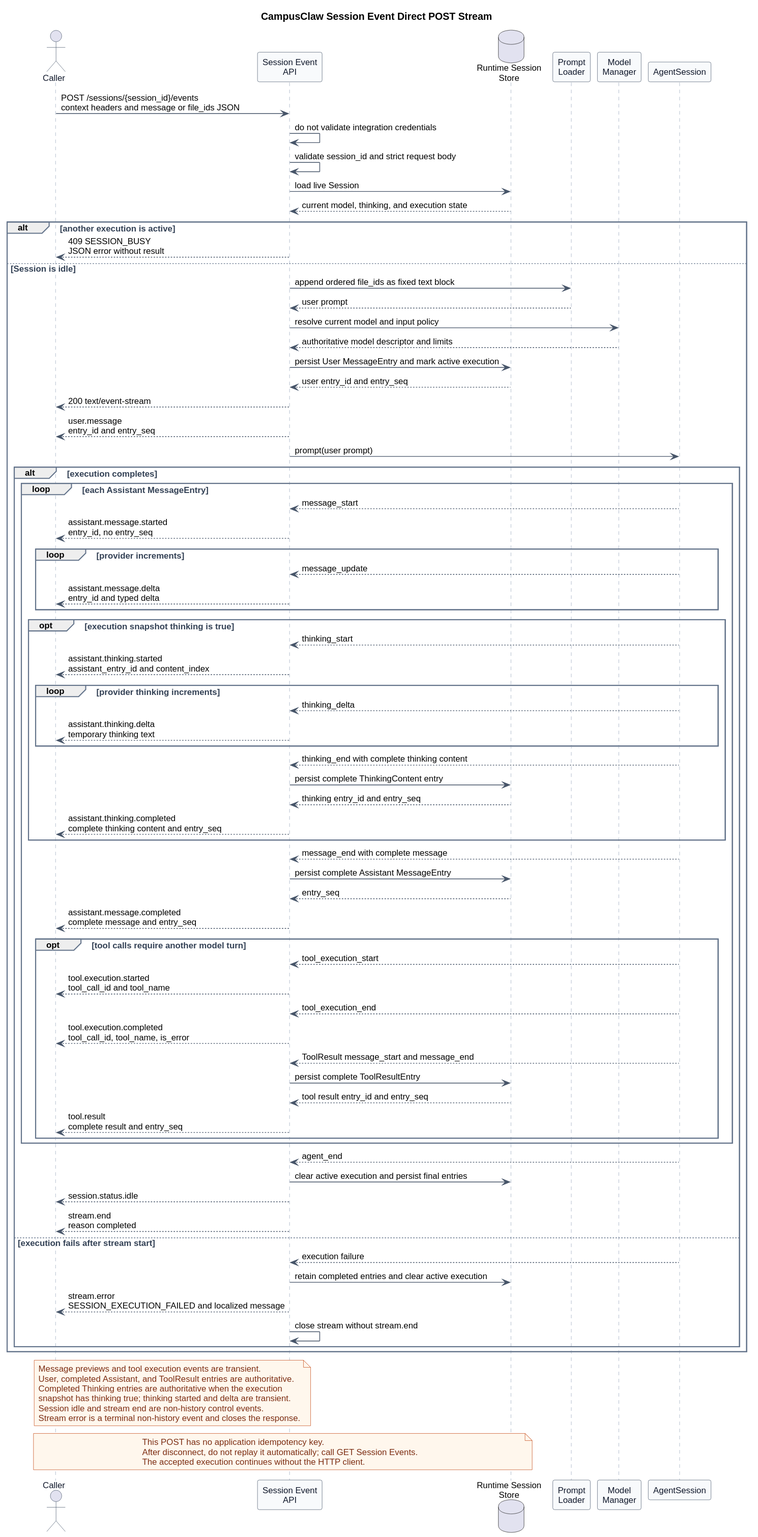
This is pi-mono-java-manager-driven-multi-agent-runtime/diagrams/session-events/http_session_event_stream.svg from ssm0808/pi-mono-java-design, a PlantUML export, as it was before one commit.
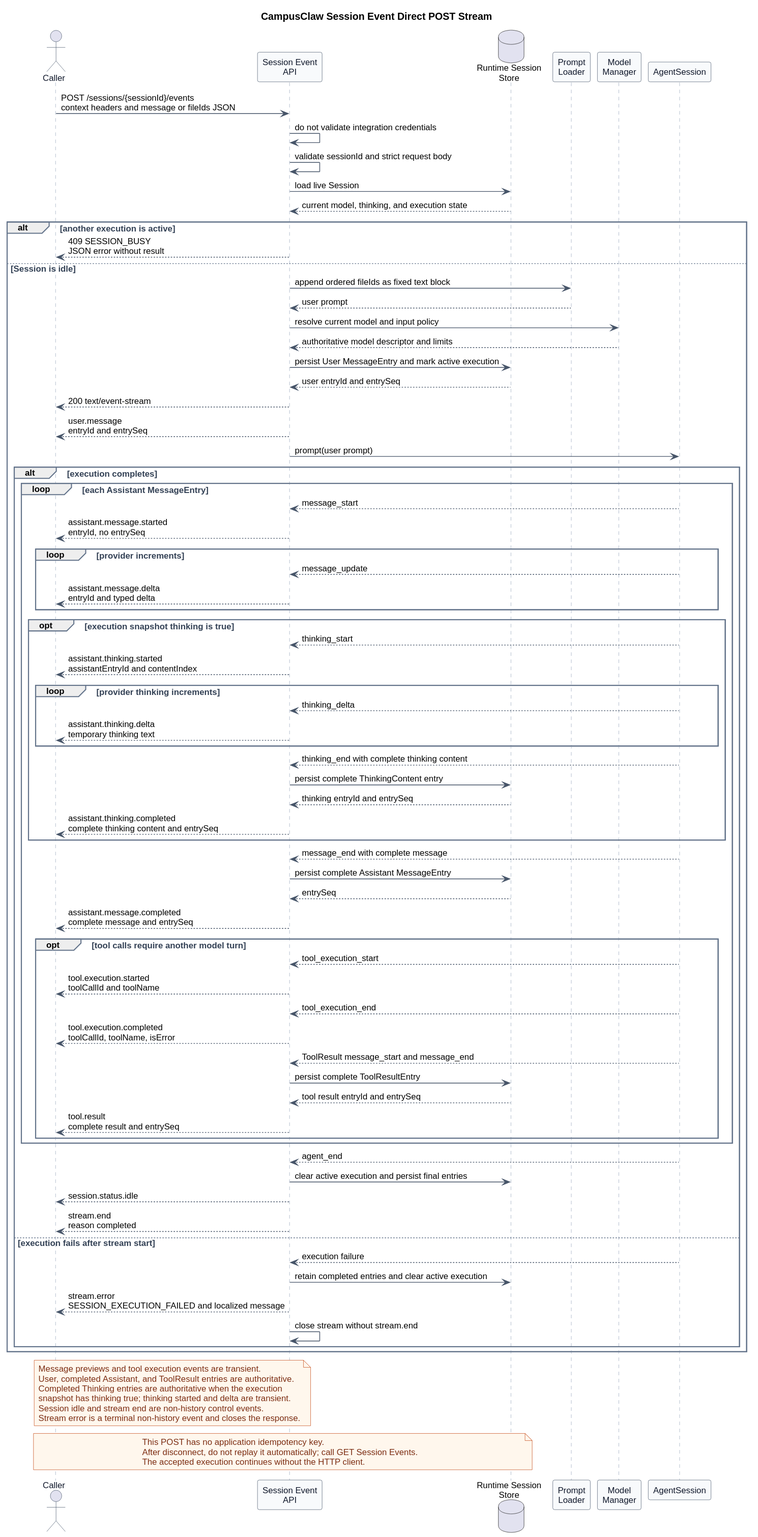
After the change.

The edit, as a diff of the source:
```diff
@@ -31,58 +31,58 @@
 participant "Model\nManager" as Manager
 participant AgentSession
 
-Caller -> API : POST /sessions/{session_id}/events\ncontext headers and message or file_ids JSON
+Caller -> API : POST /sessions/{sessionId}/events\ncontext headers and message or fileIds JSON
 API -> API : do not validate integration credentials
-API -> API : validate session_id and strict request body
+API -> API : validate sessionId and strict request body
 API -> Store : load live Session
 Store --> API : current model, thinking, and execution state
 
 alt another execution is active
   API --> Caller : 409 SESSION_BUSY\nJSON error without result
 else Session is idle
-  API -> Prompt : append ordered file_ids as fixed text block
+  API -> Prompt : append ordered fileIds as fixed text block
   Prompt --> API : user prompt
   API -> Manager : resolve current model and input policy
   Manager --> API : authoritative model descriptor and limits
   API -> Store : persist User MessageEntry and mark active execution
-  Store --> API : user entry_id and entry_seq
+  Store --> API : user entryId and entrySeq
   API --> Caller : 200 text/event-stream
-  API --> Caller : user.message\nentry_id and entry_seq
+  API --> Caller : user.message\nentryId and entrySeq
   API -> AgentSession : prompt(user prompt)
 
   alt execution completes
     loop each Assistant MessageEntry
       AgentSession --> API : message_start
-      API --> Caller : assistant.message.started\nentry_id, no entry_seq
+      API --> Caller : assistant.message.started\nentryId, no entrySeq
       loop provider increments
         AgentSession --> API : message_update
-        API --> Caller : assistant.message.delta\nentry_id and typed delta
+        API --> Caller : assistant.message.delta\nentryId and typed delta
       end
       opt execution snapshot thinking is true
         AgentSession --> API : thinking_start
-        API --> Caller : assistant.thinking.started\nassistant_entry_id and content_index
+        API --> Caller : assistant.thinking.started\nassistantEntryId and contentIndex
         loop provider thinking increments
           AgentSession --> API : thinking_delta
           API --> Caller : assistant.thinking.delta\ntemporary thinking text
         end
         AgentSession --> API : thinking_end with complete thinking content
         API -> Store : persist complete ThinkingContent entry
-        Store --> API : thinking entry_id and entry_seq
-        API --> Caller : assistant.thinking.completed\ncomplete thinking content and entry_seq
+        Store --> API : thinking entryId and entrySeq
+        API --> Caller : assistant.thinking.completed\ncomplete thinking content and entrySeq
       end
       AgentSession --> API : message_end with complete message
       API -> Store : persist complete Assistant MessageEntry
-      Store --> API : entry_seq
-      API --> Caller : assistant.message.completed\ncomplete message and entry_seq
+      Store --> API : entrySeq
+      API --> Caller : assistant.message.completed\ncomplete message and entrySeq
       opt tool calls require another model turn
         AgentSession --> API : tool_execution_start
-        API --> Caller : tool.execution.started\ntool_call_id and tool_name
+        API --> Caller : tool.execution.started\ntoolCallId and toolName
         AgentSession --> API : tool_execution_end
-        API --> Caller : tool.execution.completed\ntool_call_id, tool_name, is_error
+        API --> Caller : tool.execution.completed\ntoolCallId, toolName, isError
         AgentSession --> API : ToolResult message_start and message_end
         API -> Store : persist complete ToolResultEntry
-        Store --> API : tool result entry_id and entry_seq
-        API --> Caller : tool.result\ncomplete result and entry_seq
+        Store --> API : tool result entryId and entrySeq
+        API --> Caller : tool.result\ncomplete result and entrySeq
       end
     end
 
```
